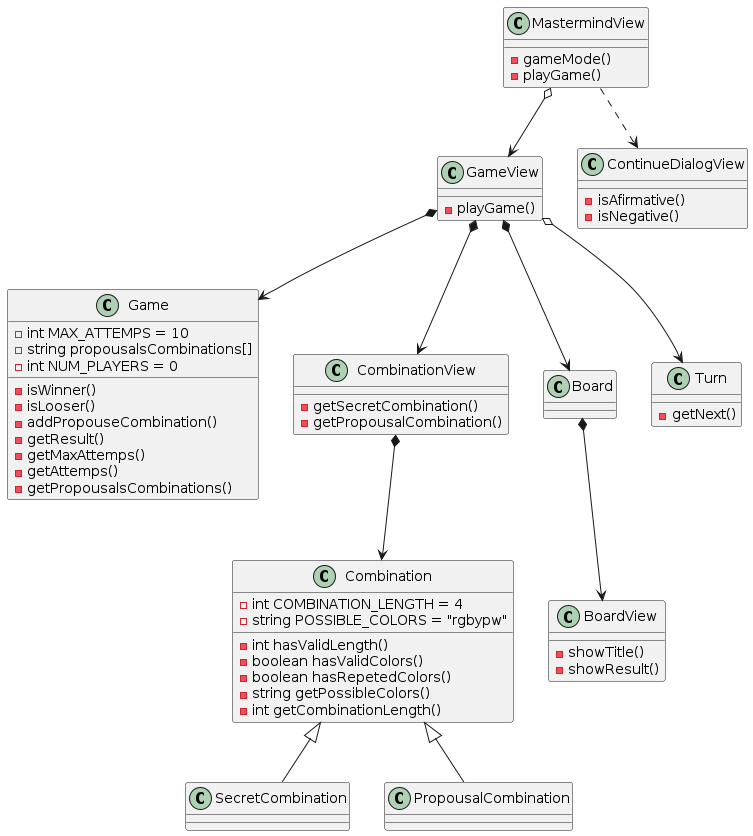
Above: doc/img/mastermind_clases.png in garmitano/MasterPyD---Games (PlantUML), before the change. The source it was exported from:
```plantuml
@startuml mastermind_clases

class MastermindView{
    - gameMode()
    - playGame()
}

class Game {
    - int MAX_ATTEMPS = 10
    - string propousalsCombinations[]
    - int NUM_PLAYERS = 0
    - isWinner()
    - isLooser()
    - addPropouseCombination()
    - getResult()
    - getMaxAttemps()
    - getAttemps()
    - getPropousalsCombinations()
}

class Combination{
    - int COMBINATION_LENGTH = 4
    - string POSSIBLE_COLORS = "rgbypw"
    - int hasValidLength()
    - boolean hasValidColors()
    - boolean hasRepetedColors()
    - string getPossibleColors()
    - int getCombinationLength()

}

class CombinationView{
    - getSecretCombination()
    - getPropousalCombination()
}


class GameView{
    - playGame()
}

class Board{

}

class Turn{
    - getNext()
}

class BoardView{
    - showTitle()
    - showResult()
}

class ContinueDialogView{
    - isAfirmative()
    - isNegative()
}

class SecretCombination{

}
class PropousalCombination{

}

MastermindView .down.> ContinueDialogView
MastermindView o-down-> GameView

GameView *-down-> Game
GameView *-down-> CombinationView
GameView *-down-> Board
GameView o-down-> Turn

Board *-down-> BoardView

CombinationView *-down-> Combination
Combination <|-down- SecretCombination
Combination <|-down- PropousalCombination
@enduml
```
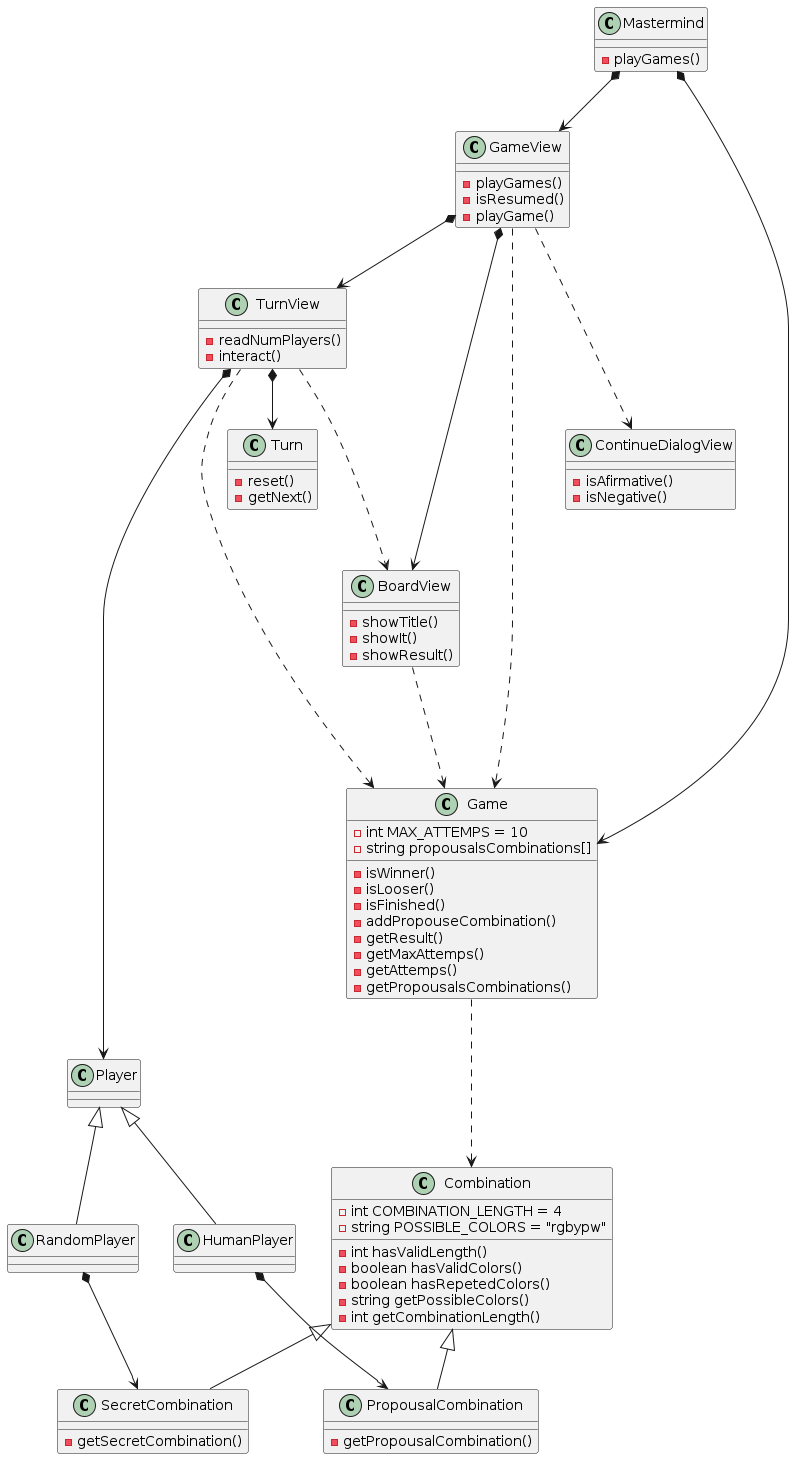
Above is the later version.

Commit message:
se actualizo el diagrama y se agrego la clase GameMode

Change to the diagram source:
```diff
@@ -1,21 +1,47 @@
 @startuml mastermind_clases
 
-class MastermindView{
-    - gameMode()
-    - playGame()
+class Mastermind{
+    - playGames()
 }
 
 class Game {
     - int MAX_ATTEMPS = 10
     - string propousalsCombinations[]
-    - int NUM_PLAYERS = 0
     - isWinner()
     - isLooser()
+    - isFinished()
     - addPropouseCombination()
     - getResult()
     - getMaxAttemps()
     - getAttemps()
     - getPropousalsCombinations()
+}
+
+class GameView{
+    - playGames()
+    - isResumed()
+    - playGame()
+}
+
+class TurnView{
+    - readNumPlayers()
+    - interact()
+}
+
+class Turn{
+    - reset()
+    - getNext()
+}
+
+class BoardView{
+    - showTitle()
+    - showIt()
+    - showResult()
+}
+
+class ContinueDialogView{
+    - isAfirmative()
+    - isNegative()
 }
 
 class Combination{
@@ -28,53 +54,41 @@
     - int getCombinationLength()
 
 }
-
-class CombinationView{
+class SecretCombination{
     - getSecretCombination()
+}
+class PropousalCombination{
     - getPropousalCombination()
 }
 
+class Player{}
+class RandomPlayer{}
+class HumanPlayer{}
 
-class GameView{
-    - playGame()
-}
+Mastermind *-down-> GameView
+Mastermind *-down-> Game
 
-class Board{
+GameView *-down-> BoardView
+GameView *-down-> TurnView
+GameView .-down-> Game
+GameView .-down-> ContinueDialogView
 
-}
+TurnView *-down-> Turn
+TurnView *-down-> Player
+TurnView .-down-> BoardView
+TurnView .-down-> Game
 
-class Turn{
-    - getNext()
-}
+Game .-down-> Combination
 
-class BoardView{
-    - showTitle()
-    - showResult()
-}
+BoardView .-down-> Game
 
-class ContinueDialogView{
-    - isAfirmative()
-    - isNegative()
-}
+Player <|-down- RandomPlayer
+Player <|-down- HumanPlayer
 
-class SecretCombination{
+RandomPlayer *-down-> SecretCombination
 
-}
-class PropousalCombination{
+HumanPlayer *-down-> PropousalCombination
 
-}
-
-MastermindView .down.> ContinueDialogView
-MastermindView o-down-> GameView
-
-GameView *-down-> Game
-GameView *-down-> CombinationView
-GameView *-down-> Board
-GameView o-down-> Turn
-
-Board *-down-> BoardView
-
-CombinationView *-down-> Combination
 Combination <|-down- SecretCombination
 Combination <|-down- PropousalCombination
 @enduml
```
